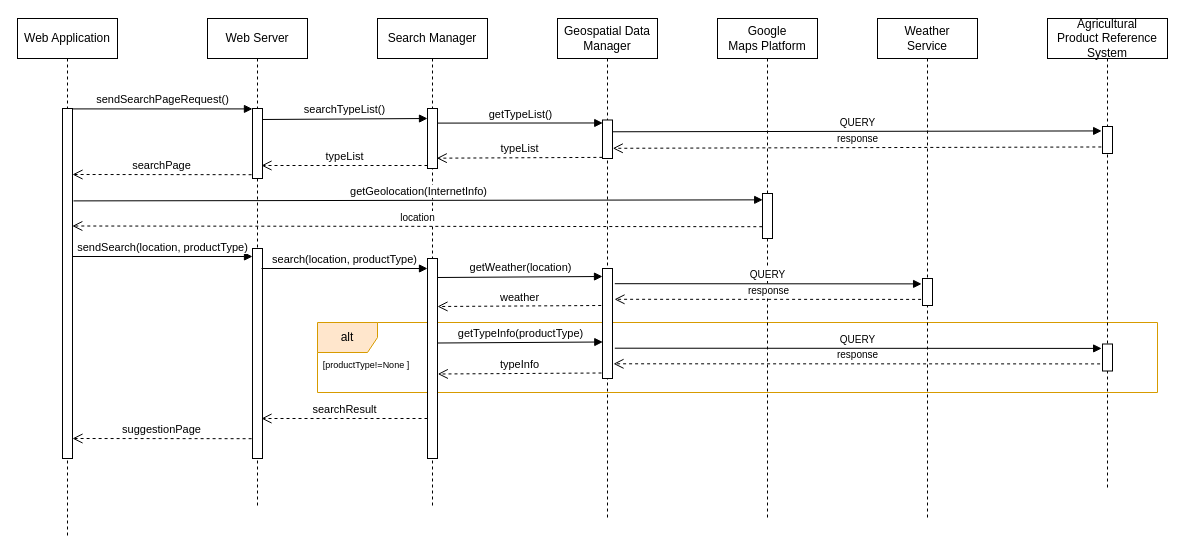
Before: page "FM-Search-UC8" (8 of 18) of DD/UML/Runtime.drawio in ictar/DREAM-SE2-Project-2022, a draw.io diagram. Source tidied: cells renumbered, new cells numbered last; positions are measured from the earlier drawing's top-left corner, leaving out a move shared by most shapes. Both pictures are drawn from the tidied source at 100%, with x=0, y=0 at pixel (17, 18).
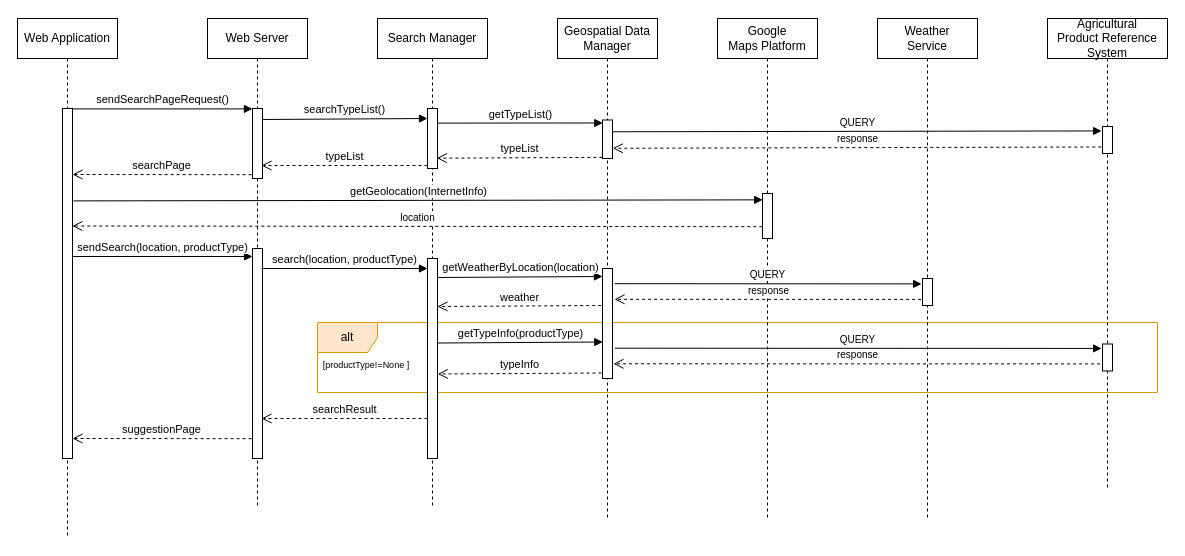
Above is the later version.

Unchanged cells that the change refers to:
```xml
<mxCell id="17" value="Geospatial Data Manager" style="shape=umlLifeline;perimeter=lifelinePerimeter;whiteSpace=wrap;html=1;" parent="1" vertex="1">
  <mxGeometry x="540" width="100" height="500" as="geometry" />
</mxCell>
```

The edit, as a diff of the source:
```diff
@@
-    <mxCell id="20" value="&lt;font style=&quot;font-size: 11px&quot;&gt;getWeather(location)&lt;/font&gt;" style="html=1;verticalAlign=bottom;endArrow=block;rounded=0;exitX=0.873;exitY=0.199;exitDx=0;exitDy=0;exitPerimeter=0;entryX=0.026;entryY=0.077;entryDx=0;entryDy=0;entryPerimeter=0;" parent="17" edge="1">
+    <mxCell id="20" value="&lt;font style=&quot;font-size: 11px&quot;&gt;getWeatherByLocation(location)&lt;/font&gt;" style="html=1;verticalAlign=bottom;endArrow=block;rounded=0;exitX=0.873;exitY=0.199;exitDx=0;exitDy=0;exitPerimeter=0;entryX=0.026;entryY=0.077;entryDx=0;entryDy=0;entryPerimeter=0;" parent="17" edge="1">
       <mxGeometry relative="1" as="geometry">
         <mxPoint x="-120.3" y="259" as="sourcePoint" />
         <mxPoint x="45" y="258" as="targetPoint" />
       </mxGeometry>
     </mxCell>
```
